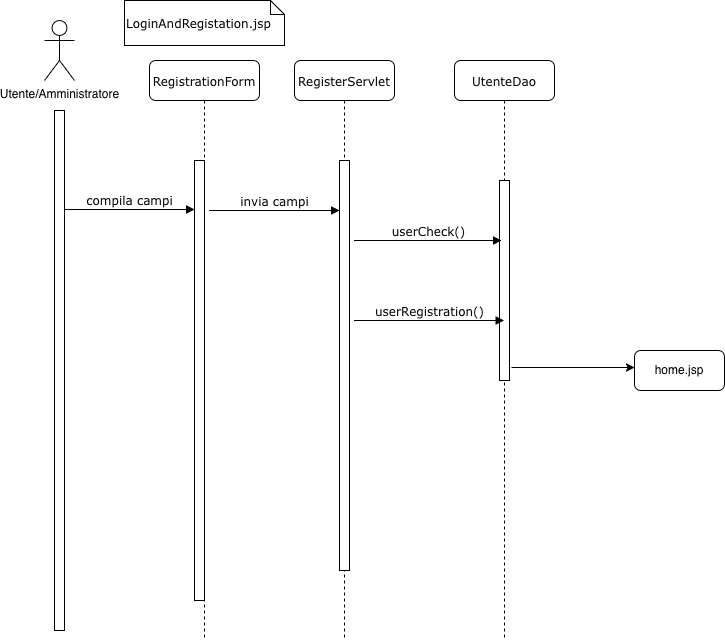
Before: Deliverables/Requirement Analysis Document images/SEQUENCE_DIAGRAMS/SequenceDiagramUC2.png, a diagram exported from draw.io (SigsUni/LaCantina). Source tidied: cells renumbered, new cells last; positions are measured from the earlier drawing's top-left corner, leaving out a move shared by most shapes.
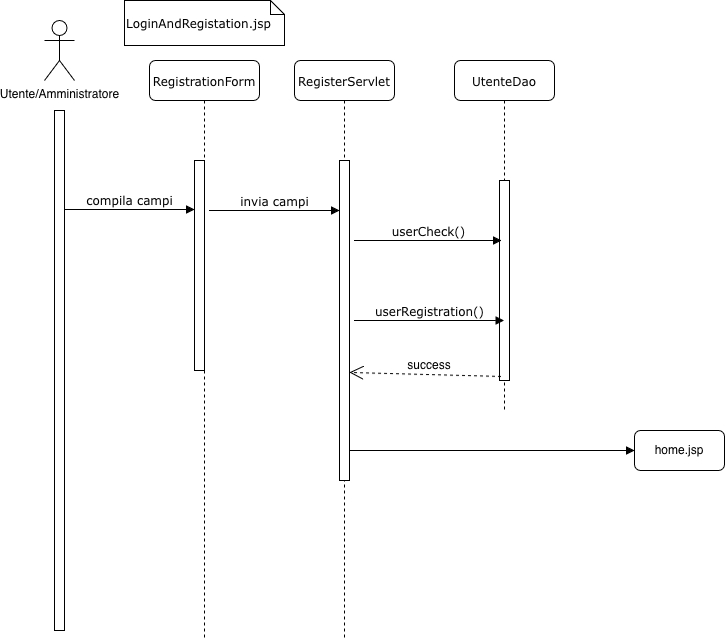
After the change.

Diff of the diagram source:
```diff
@@ -6,7 +6,7 @@
       <mxGeometry x="250" y="60" width="100" height="580" as="geometry" />
     </mxCell>
     <mxCell id="3" style="html=1;perimeter=orthogonalPerimeter;rounded=0;shadow=0;comic=0;labelBackgroundColor=none;strokeWidth=1;fontFamily=Verdana;fontSize=12;align=center;" parent="2" vertex="1">
-      <mxGeometry x="45" y="100" width="10" height="410" as="geometry" />
+      <mxGeometry x="45" y="100" width="10" height="320" as="geometry" />
     </mxCell>
     <mxCell id="4" value="invia campi" style="html=1;verticalAlign=bottom;endArrow=block;entryX=0;entryY=0;labelBackgroundColor=none;fontFamily=Verdana;fontSize=12;edgeStyle=elbowEdgeStyle;elbow=horizontal;" parent="2" edge="1">
       <mxGeometry relative="1" as="geometry">
@@ -15,7 +15,7 @@
       </mxGeometry>
     </mxCell>
     <mxCell id="5" value="UtenteDao" style="shape=umlLifeline;perimeter=lifelinePerimeter;whiteSpace=wrap;html=1;outlineConnect=0;rounded=1;shadow=0;comic=0;labelBackgroundColor=none;strokeWidth=1;fontFamily=Verdana;fontSize=12;align=center;" parent="1" vertex="1">
-      <mxGeometry x="410" y="60" width="100" height="580" as="geometry" />
+      <mxGeometry x="410" y="60" width="100" height="350" as="geometry" />
     </mxCell>
     <mxCell id="6" style="html=1;points=[];perimeter=orthogonalPerimeter;rounded=0;shadow=0;comic=0;labelBackgroundColor=none;strokeWidth=1;fontFamily=Verdana;fontSize=12;align=center;" parent="5" vertex="1">
       <mxGeometry x="45" y="120" width="10" height="200" as="geometry" />
@@ -32,7 +32,7 @@
       <mxGeometry x="105" y="60" width="110" height="580" as="geometry" />
     </mxCell>
     <mxCell id="9" style="html=1;perimeter=orthogonalPerimeter;rounded=0;shadow=0;comic=0;labelBackgroundColor=none;strokeWidth=1;fontFamily=Verdana;fontSize=12;align=center;" parent="8" vertex="1">
-      <mxGeometry x="45" y="100" width="10" height="440" as="geometry" />
+      <mxGeometry x="45" y="100" width="10" height="210" as="geometry" />
     </mxCell>
     <mxCell id="10" value="Utente/Amministratore" style="shape=umlActor;verticalLabelPosition=bottom;verticalAlign=top;html=1;" parent="1" vertex="1">
       <mxGeometry y="20" width="30" height="60" as="geometry" />
@@ -54,13 +54,24 @@
         <mxPoint x="310" y="240" as="sourcePoint" />
       </mxGeometry>
     </mxCell>
-    <mxCell id="15" style="endArrow=classic;html=1;rounded=0;exitX=1.2;exitY=0.935;exitDx=0;exitDy=0;exitPerimeter=0;" parent="1" edge="1" source="6">
-      <mxGeometry relative="1" as="geometry">
-        <mxPoint x="590" y="367" as="targetPoint" />
-      </mxGeometry>
-    </mxCell>
     <mxCell id="16" value="home.jsp" style="rounded=1;whiteSpace=wrap;html=1;" parent="1" vertex="1">
-      <mxGeometry x="590" y="350" width="90" height="40" as="geometry" />
+      <mxGeometry x="590" y="430" width="90" height="40" as="geometry" />
     </mxCell>
+    <mxCell id="17" style="endArrow=open;endSize=12;dashed=1;html=1;rounded=0;exitX=0.15;exitY=0.98;exitDx=0;exitDy=0;exitPerimeter=0;" parent="1" edge="1" source="6">
+      <mxGeometry relative="1" as="geometry">
+        <mxPoint x="305" y="372" as="targetPoint" />
+      </mxGeometry>
+    </mxCell>
+    <mxCell id="18" value="success" style="text;html=1;whiteSpace=wrap;strokeColor=none;fillColor=none;align=center;verticalAlign=middle;rounded=0;" parent="1" vertex="1">
+      <mxGeometry x="350" y="350" width="70" height="30" as="geometry" />
+    </mxCell>
+    <mxCell id="19" style="html=1;verticalAlign=bottom;endArrow=block;labelBackgroundColor=none;fontFamily=Verdana;fontSize=12;edgeStyle=elbowEdgeStyle;elbow=vertical;entryX=0;entryY=0.5;entryDx=0;entryDy=0;" parent="1" edge="1" target="16">
+      <mxGeometry relative="1" as="geometry">
+        <mxPoint x="306" y="450" as="sourcePoint" />
+        <Array as="points">
+          <mxPoint x="460" y="450" />
+        </Array>
+      </mxGeometry>
+    </mxCell>
   </root>
 </mxGraphModel>
```
